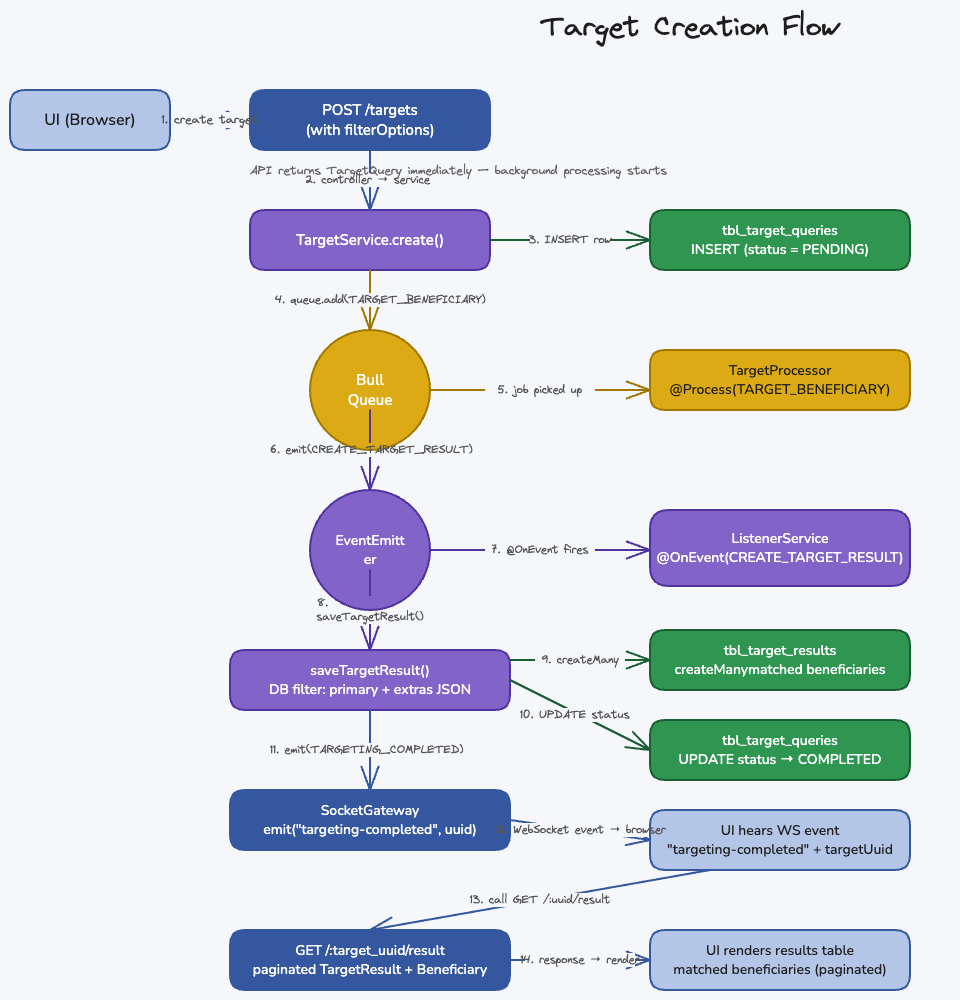
The Excalidraw diagram docs/diagrams/target-flow.excalidraw.png in rahataid/rahat-beneficiary-mgmt, before a commit. Source tidied: one line per element, renumbered; positions are measured from the earlier drawing's top-left corner, leaving out a move shared by most shapes.
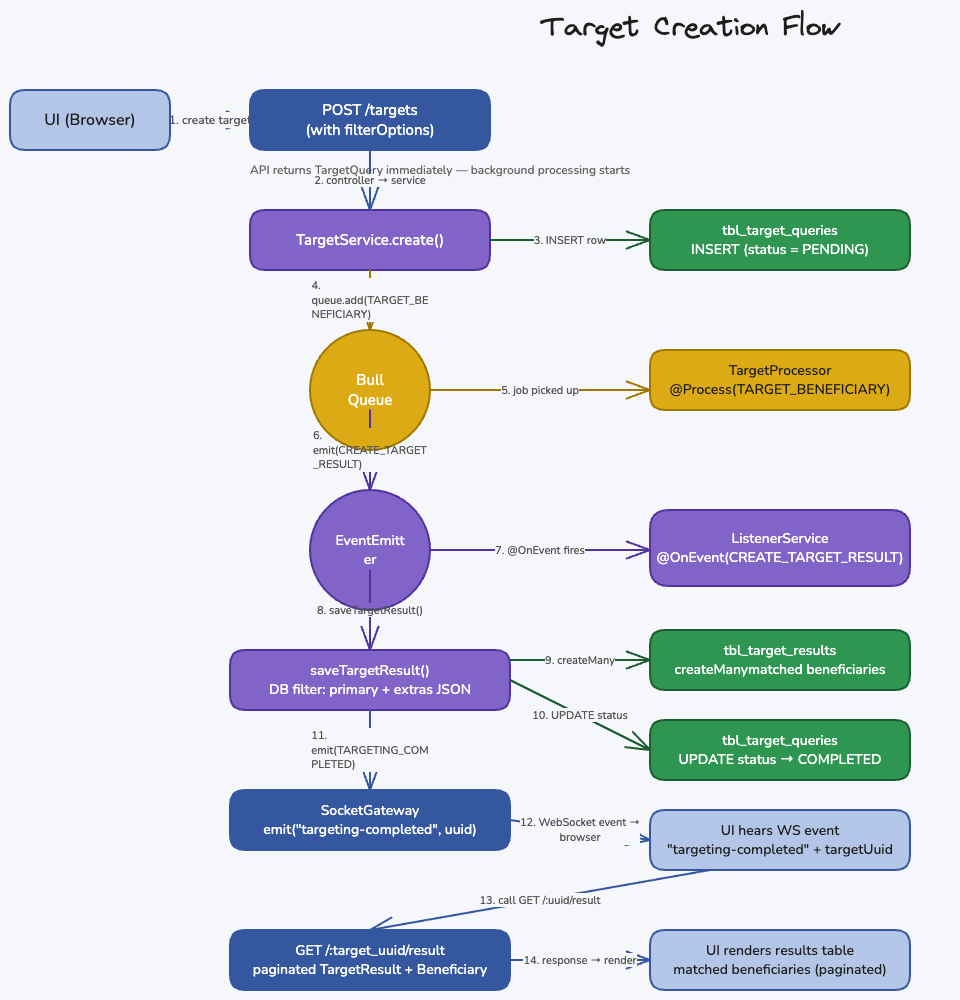
The same diagram one commit later.

Commit message:
update target flow diagram

Diff of the diagram source:
```diff
@@ -3,7 +3,7 @@
 {"id": 2, "type": "text", "text": "UI (Browser)", "strokeColor": "#1e1e1e", "strokeWidth": 1, "roughness": 0, "fontSize": 16, "fontFamily": 6, "textAlign": "center", "verticalAlign": "middle", "inside": 1, "x": 34, "y": 99, "width": 92, "height": 22}
 {"id": 3, "type": "rectangle", "strokeColor": "#3457a0", "backgroundColor": "#3457a0", "fillStyle": "solid", "strokeWidth": 2, "roughness": 0, "round": true, "x": 240, "y": 80, "width": 240, "height": 60}
 {"id": 4, "type": "text", "text": "POST /targets\n(with filterOptions)", "strokeColor": "#ffffff", "strokeWidth": 1, "roughness": 0, "fontSize": 15, "fontFamily": 6, "textAlign": "center", "verticalAlign": "middle", "inside": 3, "x": 295, "y": 90, "width": 129, "height": 40}
-{"id": 5, "type": "text", "text": "API returns TargetQuery immediately — background processing starts", "strokeColor": "#666666", "strokeWidth": 1, "roughness": 0, "fontSize": 12, "fontFamily": 1, "x": 240, "y": 152, "width": 417, "height": 18}
+{"id": 5, "type": "text", "text": "API returns TargetQuery immediately — background processing starts", "strokeColor": "#666666", "strokeWidth": 1, "roughness": 0, "fontSize": 12, "fontFamily": 6, "x": 240, "y": 152, "width": 380, "height": 16}
 {"id": 6, "type": "rectangle", "strokeColor": "#5032a0", "backgroundColor": "#8264c8", "fillStyle": "solid", "strokeWidth": 2, "roughness": 0, "round": true, "x": 240, "y": 200, "width": 240, "height": 60}
 {"id": 7, "type": "text", "text": "TargetService.create()", "strokeColor": "#ffffff", "strokeWidth": 1, "roughness": 0, "fontSize": 15, "fontFamily": 6, "textAlign": "center", "verticalAlign": "middle", "inside": 6, "x": 286, "y": 220, "width": 148, "height": 20}
 {"id": 8, "type": "rectangle", "strokeColor": "#1a5e32", "backgroundColor": "#2e9650", "fillStyle": "solid", "strokeWidth": 2, "roughness": 0, "round": true, "x": 640, "y": 200, "width": 260, "height": 60}
@@ -31,30 +31,30 @@
 {"id": 30, "type": "rectangle", "strokeColor": "#3457a0", "backgroundColor": "#b4c6e7", "fillStyle": "solid", "strokeWidth": 2, "roughness": 0, "round": true, "x": 640, "y": 920, "width": 260, "height": 60}
 {"id": 31, "type": "text", "text": "UI renders results table\nmatched beneficiaries (paginated)", "strokeColor": "#1e1e1e", "strokeWidth": 1, "roughness": 0, "fontSize": 14, "fontFamily": 6, "textAlign": "center", "verticalAlign": "middle", "inside": 30, "x": 663, "y": 931, "width": 214, "height": 38}
 {"id": 32, "type": "arrow", "strokeColor": "#3457a0", "strokeWidth": 2, "roughness": 0, "endArrowhead": "arrow", "from": 1, "to": 3, "x": 160, "y": 110, "width": 80, "height": 0, "points": [[0, 0], [80, 0]]}
-{"id": 33, "type": "text", "text": "1. create target", "strokeColor": "#555555", "strokeWidth": 1, "roughness": 0, "fontSize": 12, "fontFamily": 1, "textAlign": "center", "verticalAlign": "middle", "inside": 32, "x": 152, "y": 102, "width": 97, "height": 16}
+{"id": 33, "type": "text", "text": "1. create target", "strokeColor": "#555555", "strokeWidth": 1, "roughness": 0, "fontSize": 12, "fontFamily": 6, "textAlign": "center", "verticalAlign": "middle", "inside": 32, "x": 159, "y": 102, "width": 82, "height": 16}
 {"id": 34, "type": "arrow", "strokeColor": "#3457a0", "strokeWidth": 2, "roughness": 0, "endArrowhead": "arrow", "from": 3, "to": 6, "x": 360, "y": 140, "width": 0, "height": 60, "points": [[0, 0], [0, 60]]}
-{"id": 35, "type": "text", "text": "2. controller → service", "strokeColor": "#555555", "strokeWidth": 1, "roughness": 0, "fontSize": 11, "fontFamily": 1, "verticalAlign": "middle", "inside": 34, "x": 365, "y": 163, "width": 130, "height": 14}
+{"id": 35, "type": "text", "text": "2. controller → service", "strokeColor": "#555555", "strokeWidth": 1, "roughness": 0, "fontSize": 11, "fontFamily": 6, "verticalAlign": "middle", "inside": 34, "x": 304, "y": 163, "width": 111, "height": 15}
 {"id": 36, "type": "arrow", "strokeColor": "#1a5e32", "strokeWidth": 2, "roughness": 0, "endArrowhead": "arrow", "from": 6, "to": 8, "x": 480, "y": 230, "width": 160, "height": 0, "points": [[0, 0], [160, 0]]}
-{"id": 37, "type": "text", "text": "3. INSERT row", "strokeColor": "#555555", "strokeWidth": 1, "roughness": 0, "fontSize": 11, "fontFamily": 1, "textAlign": "center", "verticalAlign": "middle", "inside": 36, "x": 520, "y": 214, "width": 80, "height": 14}
+{"id": 37, "type": "text", "text": "3. INSERT row", "strokeColor": "#555555", "strokeWidth": 1, "roughness": 0, "fontSize": 11, "fontFamily": 6, "textAlign": "center", "verticalAlign": "middle", "inside": 36, "x": 524, "y": 223, "width": 72, "height": 15}
 {"id": 38, "type": "arrow", "strokeColor": "#a07800", "strokeWidth": 2, "roughness": 0, "endArrowhead": "arrow", "from": 6, "to": 10, "x": 360, "y": 260, "width": 0, "height": 60, "points": [[0, 0], [0, 60]]}
-{"id": 39, "type": "text", "text": "4. queue.add(TARGET_BENEFICIARY)", "strokeColor": "#555555", "strokeWidth": 1, "roughness": 0, "fontSize": 11, "fontFamily": 1, "verticalAlign": "middle", "inside": 38, "x": 365, "y": 283, "width": 190, "height": 14}
+{"id": 39, "type": "text", "text": "4.\nqueue.add(TARGET_BE\nNEFICIARY)", "strokeColor": "#555555", "strokeWidth": 1, "roughness": 0, "fontSize": 11, "fontFamily": 6, "verticalAlign": "middle", "inside": 38, "x": 302, "y": 268, "width": 117, "height": 45}
 {"id": 40, "type": "arrow", "strokeColor": "#a07800", "strokeWidth": 2, "roughness": 0, "endArrowhead": "arrow", "from": 10, "to": 12, "x": 420, "y": 380, "width": 220, "height": 0, "points": [[0, 0], [220, 0]]}
-{"id": 41, "type": "text", "text": "5. job picked up", "strokeColor": "#555555", "strokeWidth": 1, "roughness": 0, "fontSize": 11, "fontFamily": 1, "textAlign": "center", "verticalAlign": "middle", "inside": 40, "x": 488, "y": 363, "width": 110, "height": 14}
+{"id": 41, "type": "text", "text": "5. job picked up", "strokeColor": "#555555", "strokeWidth": 1, "roughness": 0, "fontSize": 11, "fontFamily": 6, "textAlign": "center", "verticalAlign": "middle", "inside": 40, "x": 491, "y": 373, "width": 78, "height": 15}
 {"id": 42, "type": "arrow", "strokeColor": "#5032a0", "strokeWidth": 2, "roughness": 0, "endArrowhead": "arrow", "from": 12, "to": 14, "x": 360, "y": 400, "width": 0, "height": 80, "points": [[0, 0], [0, 80]]}
-{"id": 43, "type": "text", "text": "6. emit(CREATE_TARGET_RESULT)", "strokeColor": "#555555", "strokeWidth": 1, "roughness": 0, "fontSize": 11, "fontFamily": 1, "verticalAlign": "middle", "inside": 42, "x": 365, "y": 433, "width": 200, "height": 14}
+{"id": 43, "type": "text", "text": "6.\nemit(CREATE_TARGET\n_RESULT)", "strokeColor": "#555555", "strokeWidth": 1, "roughness": 0, "fontSize": 11, "fontFamily": 6, "verticalAlign": "middle", "inside": 42, "x": 303, "y": 418, "width": 114, "height": 45}
 {"id": 44, "type": "arrow", "strokeColor": "#5032a0", "strokeWidth": 2, "roughness": 0, "endArrowhead": "arrow", "from": 14, "to": 16, "x": 420, "y": 540, "width": 220, "height": 0, "points": [[0, 0], [220, 0]]}
-{"id": 45, "type": "text", "text": "7. @OnEvent fires", "strokeColor": "#555555", "strokeWidth": 1, "roughness": 0, "fontSize": 11, "fontFamily": 1, "textAlign": "center", "verticalAlign": "middle", "inside": 44, "x": 488, "y": 523, "width": 110, "height": 14}
+{"id": 45, "type": "text", "text": "7. @OnEvent fires", "strokeColor": "#555555", "strokeWidth": 1, "roughness": 0, "fontSize": 11, "fontFamily": 6, "textAlign": "center", "verticalAlign": "middle", "inside": 44, "x": 485, "y": 533, "width": 90, "height": 15}
 {"id": 46, "type": "arrow", "strokeColor": "#5032a0", "strokeWidth": 2, "roughness": 0, "endArrowhead": "arrow", "from": 16, "to": 18, "x": 360, "y": 560, "width": 0, "height": 80, "points": [[0, 0], [0, 80]]}
-{"id": 47, "type": "text", "text": "8.\nsaveTargetResult()", "strokeColor": "#555555", "strokeWidth": 1, "roughness": 0, "fontSize": 11, "fontFamily": 1, "verticalAlign": "middle", "inside": 46, "x": 307, "y": 586, "width": 107, "height": 28}
+{"id": 47, "type": "text", "text": "8. saveTargetResult()", "strokeColor": "#555555", "strokeWidth": 1, "roughness": 0, "fontSize": 11, "fontFamily": 6, "verticalAlign": "middle", "inside": 46, "x": 307, "y": 593, "width": 106, "height": 15}
 {"id": 48, "type": "arrow", "strokeColor": "#1a5e32", "strokeWidth": 2, "roughness": 0, "endArrowhead": "arrow", "from": 18, "to": 20, "x": 500, "y": 650, "width": 140, "height": 0, "points": [[0, 0], [140, 0]]}
-{"id": 49, "type": "text", "text": "9. createMany", "strokeColor": "#555555", "strokeWidth": 1, "roughness": 0, "fontSize": 11, "fontFamily": 1, "textAlign": "center", "verticalAlign": "middle", "inside": 48, "x": 530, "y": 634, "width": 90, "height": 14}
+{"id": 49, "type": "text", "text": "9. createMany", "strokeColor": "#555555", "strokeWidth": 1, "roughness": 0, "fontSize": 11, "fontFamily": 6, "textAlign": "center", "verticalAlign": "middle", "inside": 48, "x": 535, "y": 643, "width": 70, "height": 15}
 {"id": 50, "type": "arrow", "strokeColor": "#1a5e32", "strokeWidth": 2, "roughness": 0, "endArrowhead": "arrow", "from": 18, "to": 22, "x": 500, "y": 670, "width": 140, "height": 70, "points": [[0, 0], [140, 70]]}
-{"id": 51, "type": "text", "text": "10. UPDATE status", "strokeColor": "#555555", "strokeWidth": 1, "roughness": 0, "fontSize": 11, "fontFamily": 1, "verticalAlign": "middle", "inside": 50, "x": 508, "y": 706, "width": 120, "height": 14}
+{"id": 51, "type": "text", "text": "10. UPDATE status", "strokeColor": "#555555", "strokeWidth": 1, "roughness": 0, "fontSize": 11, "fontFamily": 6, "verticalAlign": "middle", "inside": 50, "x": 522, "y": 698, "width": 95, "height": 15}
 {"id": 52, "type": "arrow", "strokeColor": "#3457a0", "strokeWidth": 2, "roughness": 0, "endArrowhead": "arrow", "from": 18, "to": 24, "x": 360, "y": 700, "width": 0, "height": 80, "points": [[0, 0], [0, 80]]}
-{"id": 53, "type": "text", "text": "11. emit(TARGETING_COMPLETED)", "strokeColor": "#555555", "strokeWidth": 1, "roughness": 0, "fontSize": 11, "fontFamily": 1, "verticalAlign": "middle", "inside": 52, "x": 365, "y": 733, "width": 200, "height": 14}
+{"id": 53, "type": "text", "text": "11.\nemit(TARGETING_COM\nPLETED)", "strokeColor": "#555555", "strokeWidth": 1, "roughness": 0, "fontSize": 11, "fontFamily": 6, "verticalAlign": "middle", "inside": 52, "x": 301, "y": 718, "width": 117, "height": 45}
 {"id": 54, "type": "arrow", "strokeColor": "#3457a0", "strokeWidth": 2, "roughness": 0, "endArrowhead": "arrow", "from": 24, "to": 26, "x": 500, "y": 810, "width": 140, "height": 20, "points": [[0, 0], [140, 20]]}
-{"id": 55, "type": "text", "text": "12. WebSocket event → browser", "strokeColor": "#555555", "strokeWidth": 1, "roughness": 0, "fontSize": 11, "fontFamily": 1, "textAlign": "center", "verticalAlign": "middle", "inside": 54, "x": 510, "y": 793, "width": 170, "height": 14}
+{"id": 55, "type": "text", "text": "12. WebSocket event →\nbrowser", "strokeColor": "#555555", "strokeWidth": 1, "roughness": 0, "fontSize": 11, "fontFamily": 6, "textAlign": "center", "verticalAlign": "middle", "inside": 54, "x": 510, "y": 805, "width": 120, "height": 30}
 {"id": 56, "type": "arrow", "strokeColor": "#3457a0", "strokeWidth": 2, "roughness": 0, "endArrowhead": "arrow", "from": 26, "to": 28, "x": 700, "y": 860, "width": 340, "height": 60, "points": [[0, 0], [-340, 60]]}
-{"id": 57, "type": "text", "text": "13. call GET /:uuid/result", "strokeColor": "#555555", "strokeWidth": 1, "roughness": 0, "fontSize": 11, "fontFamily": 1, "textAlign": "center", "verticalAlign": "middle", "inside": 56, "x": 460, "y": 876, "width": 170, "height": 14}
+{"id": 57, "type": "text", "text": "13. call GET /:uuid/result", "strokeColor": "#555555", "strokeWidth": 1, "roughness": 0, "fontSize": 11, "fontFamily": 6, "textAlign": "center", "verticalAlign": "middle", "inside": 56, "x": 470, "y": 883, "width": 121, "height": 15}
 {"id": 58, "type": "arrow", "strokeColor": "#3457a0", "strokeWidth": 2, "roughness": 0, "endArrowhead": "arrow", "from": 28, "to": 30, "x": 500, "y": 950, "width": 140, "height": 0, "points": [[0, 0], [140, 0]]}
-{"id": 59, "type": "text", "text": "14. response → render", "strokeColor": "#555555", "strokeWidth": 1, "roughness": 0, "fontSize": 11, "fontFamily": 1, "textAlign": "center", "verticalAlign": "middle", "inside": 58, "x": 520, "y": 933, "width": 110, "height": 14}
+{"id": 59, "type": "text", "text": "14. response → render", "strokeColor": "#555555", "strokeWidth": 1, "roughness": 0, "fontSize": 11, "fontFamily": 6, "textAlign": "center", "verticalAlign": "middle", "inside": 58, "x": 513, "y": 943, "width": 113, "height": 15}
```
